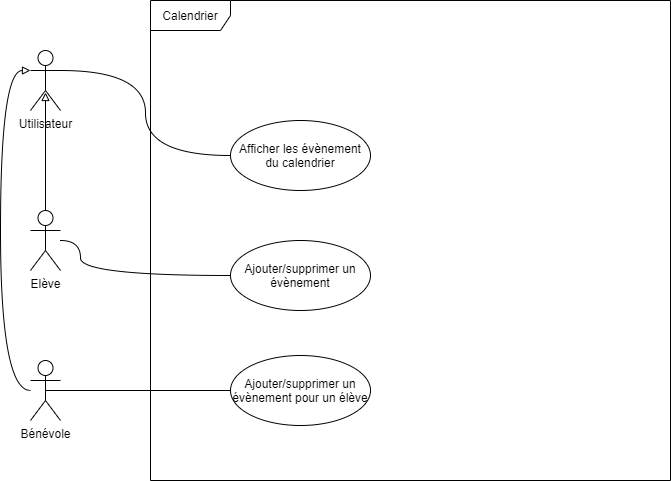
This is UML/uml_page_calendrier.png from Dany-cm/P3_Designez_une_application, a draw.io export, as it was before one commit. Source tidied: cells renumbered, new cells last; positions are measured from the earlier drawing's top-left corner, leaving out a move shared by most shapes.
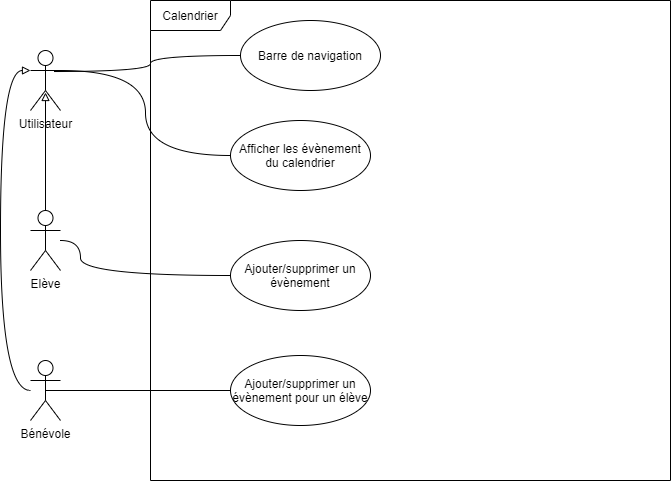
After the change.

Commit message:
Ajouts de la barre de navigation

What changed in the source:
```diff
@@ -48,5 +48,11 @@
     <mxCell id="13" value="Ajouter/supprimer un évènement pour un élève" style="ellipse;whiteSpace=wrap;html=1;" parent="1" vertex="1">
       <mxGeometry x="230" y="355" width="140" height="70" as="geometry" />
     </mxCell>
+    <mxCell id="14" style="edgeStyle=orthogonalEdgeStyle;jettySize=auto;html=1;entryX=0.767;entryY=0.35;entryDx=0;entryDy=0;entryPerimeter=0;curved=1;endArrow=none;endFill=0;" parent="1" edge="1" source="15" target="2">
+      <mxGeometry relative="1" as="geometry" />
+    </mxCell>
+    <mxCell id="15" value="Barre de navigation" style="ellipse;whiteSpace=wrap;html=1;" parent="1" vertex="1">
+      <mxGeometry x="240" y="20" width="140" height="70" as="geometry" />
+    </mxCell>
   </root>
 </mxGraphModel>
```
